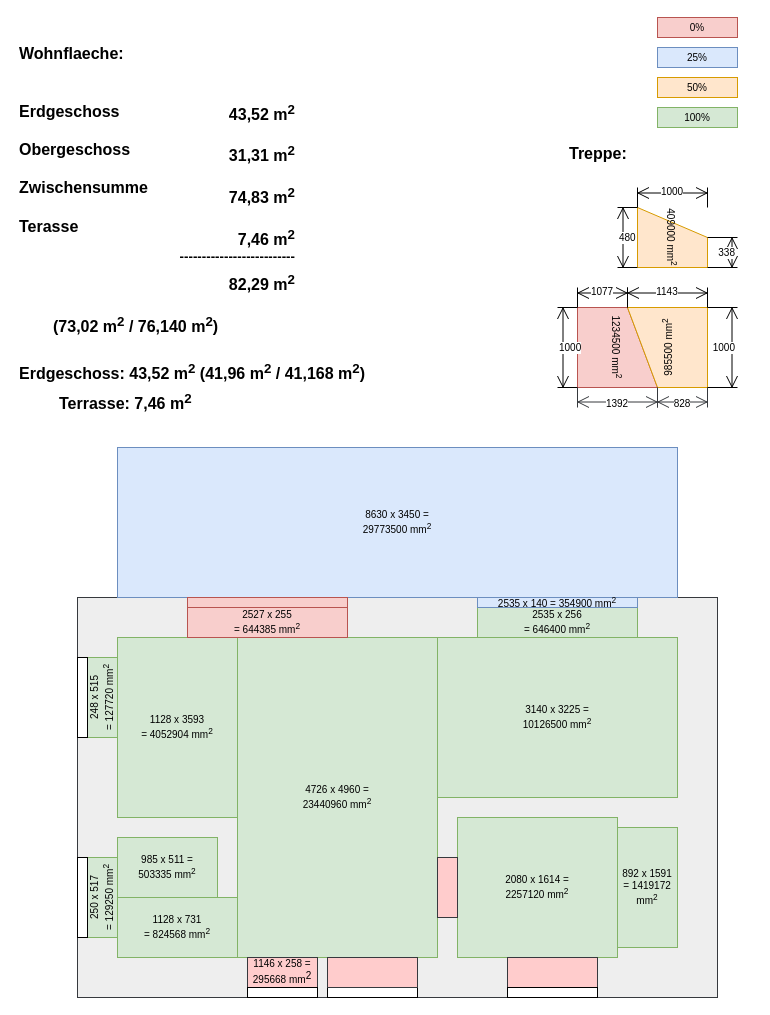
Before: page "Erdgeschoss" (1 of 2) of wohnflaeche.drawio in episcopus2001/wohnflaeche, a draw.io diagram. Source tidied: cells renumbered, new cells numbered last; positions are measured from the earlier drawing's top-left corner, leaving out a move shared by most shapes. Both pictures are drawn from the tidied source at 100%, with x=0, y=0 at pixel (17, 17).
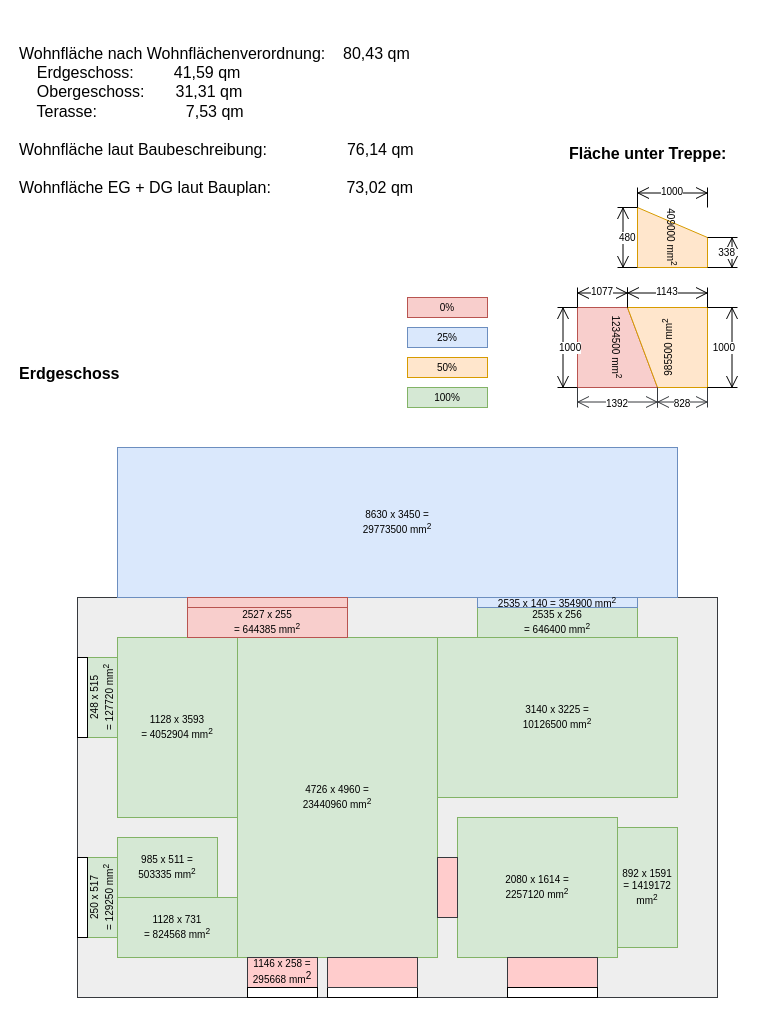
The same page after the edit.

Diff of the diagram source:
```diff
@@
-    <mxCell id="6" value="Erdgeschoss: 43,52 m&lt;sup&gt;2&lt;/sup&gt; (41,96 m&lt;sup&gt;2&lt;/sup&gt; / 41,168 m&lt;sup&gt;2&lt;/sup&gt;)" style="text;html=1;strokeColor=none;fillColor=none;align=left;verticalAlign=middle;whiteSpace=wrap;rounded=0;fontStyle=1;fontSize=16;" parent="1" vertex="1">
-      <mxGeometry y="340" width="500" height="30" as="geometry" />
-    </mxCell>
@@
-    <mxCell id="15" value="&lt;div&gt;Wohnflaeche:&lt;/div&gt;&lt;div&gt;&lt;br&gt;&lt;/div&gt;&lt;div&gt;&lt;br&gt;&lt;/div&gt;&lt;div&gt;Erdgeschoss&lt;/div&gt;&lt;div&gt;&lt;br&gt;&lt;/div&gt;&lt;div&gt;Obergeschoss&lt;/div&gt;&lt;div&gt;&lt;br&gt;&lt;/div&gt;&lt;div&gt;Zwischensumme&lt;br&gt;&lt;/div&gt;&lt;div&gt;&lt;br&gt;&lt;/div&gt;&lt;div&gt;Terasse&lt;br&gt;&lt;/div&gt;" style="text;html=1;strokeColor=none;fillColor=none;align=left;verticalAlign=top;whiteSpace=wrap;rounded=0;fontStyle=1;fontSize=16;" parent="1" vertex="1">
-      <mxGeometry y="20" width="120" height="30" as="geometry" />
+    <mxCell id="15" value="&lt;div&gt;Wohnfläche nach Wohnflächenverordnung:&amp;nbsp; &amp;nbsp; 80,43 qm&lt;/div&gt;&lt;div&gt;&lt;span style=&quot;background-color: initial;&quot;&gt;&amp;nbsp; &amp;nbsp; Erdgeschoss:&amp;nbsp; &amp;nbsp; &amp;nbsp; &amp;nbsp; &amp;nbsp;41,59 qm&lt;/span&gt;&lt;br&gt;&lt;/div&gt;&lt;div&gt;&lt;span style=&quot;background-color: initial;&quot;&gt;&amp;nbsp; &amp;nbsp; Obergeschoss:&amp;nbsp; &amp;nbsp; &amp;nbsp; &amp;nbsp;31,31 qm&lt;/span&gt;&lt;br&gt;&lt;/div&gt;&lt;div&gt;&lt;span style=&quot;background-color: initial;&quot;&gt;&amp;nbsp; &amp;nbsp; Terasse:&amp;nbsp; &amp;nbsp; &amp;nbsp; &amp;nbsp; &amp;nbsp; &amp;nbsp; &amp;nbsp; &amp;nbsp; &amp;nbsp; &amp;nbsp; 7,53 qm&lt;/span&gt;&lt;/div&gt;&lt;div&gt;&lt;span style=&quot;background-color: initial;&quot;&gt;&lt;br&gt;&lt;/span&gt;&lt;/div&gt;&lt;div&gt;&lt;span style=&quot;background-color: initial;&quot;&gt;Wohnfläche laut Baubeschreibung:&amp;nbsp; &amp;nbsp; &amp;nbsp; &amp;nbsp; &amp;nbsp; &amp;nbsp; &amp;nbsp; &amp;nbsp; &amp;nbsp; 76,14 qm&lt;/span&gt;&lt;/div&gt;&lt;div&gt;&lt;span style=&quot;background-color: initial;&quot;&gt;&lt;br&gt;&lt;/span&gt;&lt;/div&gt;&lt;div&gt;Wohnfläche EG + DG laut Bauplan&lt;span style=&quot;background-color: initial;&quot;&gt;:&amp;nbsp; &amp;nbsp; &amp;nbsp; &amp;nbsp; &amp;nbsp; &amp;nbsp; &amp;nbsp; &amp;nbsp; &amp;nbsp;73,02 qm&lt;/span&gt;&lt;/div&gt;&lt;div&gt;&lt;span style=&quot;background-color: initial;&quot;&gt;&lt;br&gt;&lt;/span&gt;&lt;/div&gt;&lt;div&gt;&lt;span style=&quot;background-color: initial;&quot;&gt;&lt;br&gt;&lt;/span&gt;&lt;/div&gt;" style="text;html=1;strokeColor=none;fillColor=none;align=left;verticalAlign=top;whiteSpace=wrap;rounded=0;fontStyle=0;fontSize=16;" parent="1" vertex="1">
+      <mxGeometry y="20" width="440" height="30" as="geometry" />
     </mxCell>
-    <mxCell id="16" value="&lt;div&gt;&amp;nbsp;&lt;/div&gt;&lt;div&gt;&lt;br&gt;&lt;/div&gt;&lt;div&gt;&lt;br&gt;&lt;/div&gt;&lt;div&gt;43,52 m&lt;sup&gt;2&lt;/sup&gt;&lt;/div&gt;&lt;div&gt;&lt;br&gt;&lt;/div&gt;&lt;div&gt;31,31 m&lt;sup&gt;2&lt;/sup&gt;&lt;/div&gt;&lt;div&gt;&lt;br&gt;&lt;/div&gt;&lt;div&gt;&amp;nbsp;&amp;nbsp;&amp;nbsp;&amp;nbsp;&amp;nbsp;&amp;nbsp;&amp;nbsp;&amp;nbsp; 74,83 m&lt;sup&gt;2&lt;/sup&gt;&lt;/div&gt;&lt;div&gt;&lt;br&gt;&lt;/div&gt;&lt;div&gt;7,46 m&lt;sup&gt;2&lt;/sup&gt;&lt;/div&gt;&lt;div&gt;&lt;sup&gt;--------------------------&lt;/sup&gt;&lt;/div&gt;&lt;div&gt;82,29 m&lt;sup&gt;2&lt;/sup&gt;&lt;/div&gt;" style="text;html=1;strokeColor=none;fillColor=none;align=right;verticalAlign=top;whiteSpace=wrap;rounded=0;fontStyle=1;fontSize=16;" parent="1" vertex="1">
-      <mxGeometry x="160" y="20" width="120" height="30" as="geometry" />
-    </mxCell>
-    <mxCell id="17" value="(73,02 m&lt;sup&gt;2&lt;/sup&gt; / 76,140 m&lt;sup&gt;2&lt;/sup&gt;)" style="text;html=1;strokeColor=none;fillColor=none;align=left;verticalAlign=top;whiteSpace=wrap;rounded=0;fontStyle=1;fontSize=16;" parent="1" vertex="1">
-      <mxGeometry x="34" y="290" width="186" height="30" as="geometry" />
-    </mxCell>
@@
-    <mxCell id="19" value="Terrasse: 7,46 m&lt;sup&gt;2&lt;/sup&gt;" style="text;html=1;strokeColor=none;fillColor=none;align=left;verticalAlign=middle;whiteSpace=wrap;rounded=0;fontStyle=1;fontSize=16;" parent="1" vertex="1">
-      <mxGeometry x="40" y="370" width="280" height="30" as="geometry" />
-    </mxCell>
@@
-    <mxCell id="43" value="Treppe:" style="text;html=1;strokeColor=none;fillColor=none;align=left;verticalAlign=top;whiteSpace=wrap;rounded=0;fontStyle=1;fontSize=16;" parent="1" vertex="1">
+    <mxCell id="43" value="Fläche unter Treppe:" style="text;html=1;strokeColor=none;fillColor=none;align=left;verticalAlign=top;whiteSpace=wrap;rounded=0;fontStyle=1;fontSize=16;" parent="1" vertex="1">
       <mxGeometry x="550" y="120" width="186" height="30" as="geometry" />
     </mxCell>
     <mxCell id="44" value="0%" style="rounded=0;whiteSpace=wrap;html=1;fillColor=#f8cecc;strokeColor=#b85450;fontSize=10;" parent="1" vertex="1">
-      <mxGeometry x="640" width="80" height="20" as="geometry" />
+      <mxGeometry x="390" y="280" width="80" height="20" as="geometry" />
     </mxCell>
     <mxCell id="45" value="100%" style="rounded=0;whiteSpace=wrap;html=1;fillColor=#d5e8d4;strokeColor=#82b366;fontSize=10;" parent="1" vertex="1">
-      <mxGeometry x="640" y="90" width="80" height="20" as="geometry" />
+      <mxGeometry x="390" y="370" width="80" height="20" as="geometry" />
     </mxCell>
     <mxCell id="46" value="50%" style="rounded=0;whiteSpace=wrap;html=1;fillColor=#ffe6cc;strokeColor=#d79b00;fontSize=10;" parent="1" vertex="1">
-      <mxGeometry x="640" y="60" width="80" height="20" as="geometry" />
+      <mxGeometry x="390" y="340" width="80" height="20" as="geometry" />
     </mxCell>
     <mxCell id="47" value="25%" style="rounded=0;whiteSpace=wrap;html=1;fillColor=#dae8fc;strokeColor=#6c8ebf;fontSize=10;" parent="1" vertex="1">
-      <mxGeometry x="640" y="30" width="80" height="20" as="geometry" />
+      <mxGeometry x="390" y="310" width="80" height="20" as="geometry" />
     </mxCell>
+    <mxCell id="48" value="&lt;div&gt;&lt;span style=&quot;background-color: initial;&quot;&gt;Erdgeschoss&lt;/span&gt;&lt;/div&gt;" style="text;html=1;strokeColor=none;fillColor=none;align=left;verticalAlign=top;whiteSpace=wrap;rounded=0;fontStyle=1;fontSize=16;" parent="1" vertex="1">
+      <mxGeometry y="340" width="440" height="30" as="geometry" />
+    </mxCell>
```
